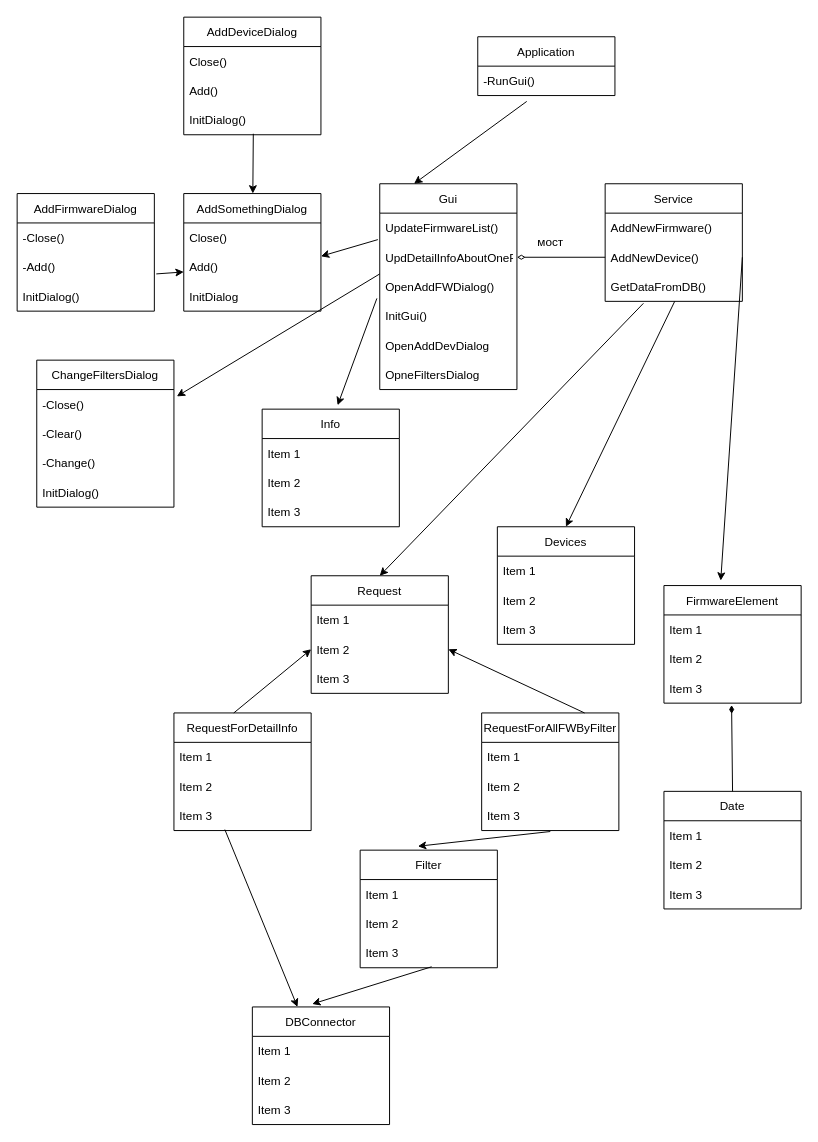
Earlier version of the draw.io diagram kursDiag.drawio (sophiiako/unik). Source tidied: cells renumbered, new cells numbered last; positions are measured from the earlier drawing's top-left corner, leaving out a move shared by most shapes. Both pictures are drawn from the tidied source at 98%, with x=0, y=0 at pixel (17, 17).
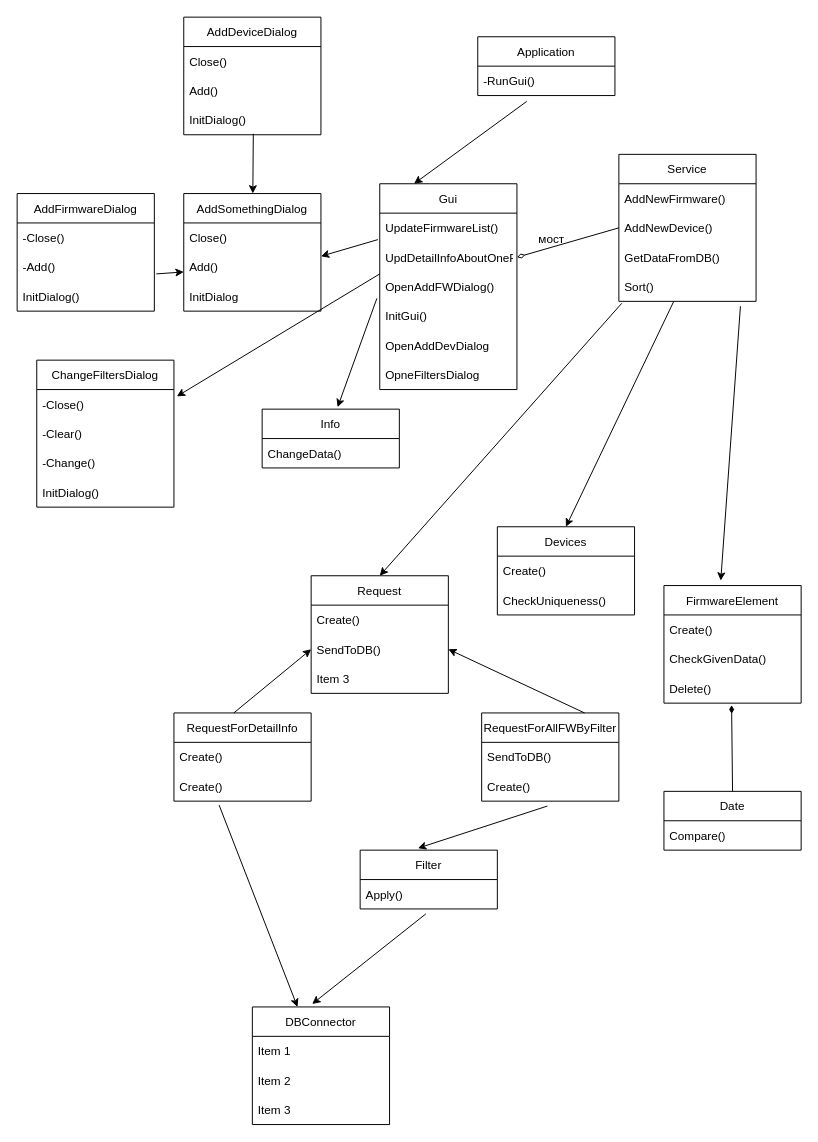
The same page after the edit.

Unchanged cells that the change refers to:
```xml
<mxCell id="6" value="AddNewDevice()" style="text;strokeColor=none;fillColor=none;align=left;verticalAlign=middle;spacingLeft=4;spacingRight=4;overflow=hidden;points=[[0,0.5],[1,0.5]];portConstraint=eastwest;" parent="4" vertex="1">
  <mxGeometry y="60" width="140" height="30" as="geometry" />
</mxCell>
<mxCell id="7" value="GetDataFromDB()" style="text;strokeColor=none;fillColor=none;align=left;verticalAlign=middle;spacingLeft=4;spacingRight=4;overflow=hidden;points=[[0,0.5],[1,0.5]];portConstraint=eastwest;" parent="4" vertex="1">
  <mxGeometry y="90" width="140" height="30" as="geometry" />
</mxCell>
<mxCell id="19" value="DBConnector" style="swimlane;fontStyle=0;horizontal=1;startSize=30;" parent="1" vertex="1">
  <mxGeometry x="240" y="1010" width="140" height="120" as="geometry" />
</mxCell>
<mxCell id="31" value="FirmwareElement" style="swimlane;fontStyle=0;horizontal=1;startSize=30;" parent="1" vertex="1">
  <mxGeometry x="660" y="580" width="140" height="120" as="geometry" />
</mxCell>
<mxCell id="39" value="Request" style="swimlane;fontStyle=0;horizontal=1;startSize=30;" parent="1" vertex="1">
  <mxGeometry x="300" y="570" width="140" height="120" as="geometry" />
</mxCell>
```

Diff of the diagram source:
```diff
@@
     <mxCell id="4" value="Service" style="swimlane;fontStyle=0;horizontal=1;startSize=30;" parent="1" vertex="1">
-      <mxGeometry x="600" y="170" width="140" height="120" as="geometry" />
+      <mxGeometry x="614" y="140" width="140" height="150" as="geometry" />
     </mxCell>
@@
+    <mxCell id="85" value="Sort()" style="text;strokeColor=none;fillColor=none;align=left;verticalAlign=middle;spacingLeft=4;spacingRight=4;overflow=hidden;points=[[0,0.5],[1,0.5]];portConstraint=eastwest;" parent="4" vertex="1">
+      <mxGeometry y="120" width="140" height="30" as="geometry" />
+    </mxCell>
@@
     <mxCell id="15" value="Date" style="swimlane;fontStyle=0;horizontal=1;startSize=30;" parent="1" vertex="1">
-      <mxGeometry x="660" y="790" width="140" height="120" as="geometry" />
+      <mxGeometry x="660" y="790" width="140" height="60" as="geometry" />
     </mxCell>
-    <mxCell id="16" value="Item 1" style="text;strokeColor=none;fillColor=none;align=left;verticalAlign=middle;spacingLeft=4;spacingRight=4;overflow=hidden;" parent="15" vertex="1">
+    <mxCell id="16" value="Compare()" style="text;strokeColor=none;fillColor=none;align=left;verticalAlign=middle;spacingLeft=4;spacingRight=4;overflow=hidden;" parent="15" vertex="1">
       <mxGeometry y="30" width="140" height="30" as="geometry" />
     </mxCell>
-    <mxCell id="17" value="Item 2" style="text;strokeColor=none;fillColor=none;align=left;verticalAlign=middle;spacingLeft=4;spacingRight=4;overflow=hidden;" parent="15" vertex="1">
-      <mxGeometry y="60" width="140" height="30" as="geometry" />
-    </mxCell>
-    <mxCell id="18" value="Item 3" style="text;strokeColor=none;fillColor=none;align=left;verticalAlign=middle;spacingLeft=4;spacingRight=4;overflow=hidden;" parent="15" vertex="1">
-      <mxGeometry y="90" width="140" height="30" as="geometry" />
-    </mxCell>
@@
     <mxCell id="23" value="Devices" style="swimlane;fontStyle=0;horizontal=1;startSize=30;" parent="1" vertex="1">
-      <mxGeometry x="490" y="520" width="140" height="120" as="geometry" />
+      <mxGeometry x="490" y="520" width="140" height="90" as="geometry" />
     </mxCell>
-    <mxCell id="24" value="Item 1" style="text;strokeColor=none;fillColor=none;align=left;verticalAlign=middle;spacingLeft=4;spacingRight=4;overflow=hidden;" parent="23" vertex="1">
+    <mxCell id="24" value="Create()" style="text;strokeColor=none;fillColor=none;align=left;verticalAlign=middle;spacingLeft=4;spacingRight=4;overflow=hidden;" parent="23" vertex="1">
       <mxGeometry y="30" width="140" height="30" as="geometry" />
     </mxCell>
-    <mxCell id="25" value="Item 2" style="text;strokeColor=none;fillColor=none;align=left;verticalAlign=middle;spacingLeft=4;spacingRight=4;overflow=hidden;" parent="23" vertex="1">
+    <mxCell id="25" value="CheckUniqueness()" style="text;strokeColor=none;fillColor=none;align=left;verticalAlign=middle;spacingLeft=4;spacingRight=4;overflow=hidden;" parent="23" vertex="1">
       <mxGeometry y="60" width="140" height="30" as="geometry" />
     </mxCell>
-    <mxCell id="26" value="Item 3" style="text;strokeColor=none;fillColor=none;align=left;verticalAlign=middle;spacingLeft=4;spacingRight=4;overflow=hidden;" parent="23" vertex="1">
-      <mxGeometry y="90" width="140" height="30" as="geometry" />
-    </mxCell>
     <mxCell id="27" value="Filter" style="swimlane;fontStyle=0;horizontal=1;startSize=30;" parent="1" vertex="1">
-      <mxGeometry x="350" y="850" width="140" height="120" as="geometry" />
+      <mxGeometry x="350" y="850" width="140" height="60" as="geometry" />
     </mxCell>
-    <mxCell id="28" value="Item 1" style="text;strokeColor=none;fillColor=none;align=left;verticalAlign=middle;spacingLeft=4;spacingRight=4;overflow=hidden;points=[[0,0.5],[1,0.5]];portConstraint=eastwest;" parent="27" vertex="1">
+    <mxCell id="28" value="Apply()" style="text;strokeColor=none;fillColor=none;align=left;verticalAlign=middle;spacingLeft=4;spacingRight=4;overflow=hidden;points=[[0,0.5],[1,0.5]];portConstraint=eastwest;" parent="27" vertex="1">
       <mxGeometry y="30" width="140" height="30" as="geometry" />
     </mxCell>
-    <mxCell id="29" value="Item 2" style="text;strokeColor=none;fillColor=none;align=left;verticalAlign=middle;spacingLeft=4;spacingRight=4;overflow=hidden;" parent="27" vertex="1">
-      <mxGeometry y="60" width="140" height="30" as="geometry" />
-    </mxCell>
-    <mxCell id="30" value="Item 3" style="text;strokeColor=none;fillColor=none;align=left;verticalAlign=middle;spacingLeft=4;spacingRight=4;overflow=hidden;points=[[0,0.5],[1,0.5]];portConstraint=eastwest;" parent="27" vertex="1">
-      <mxGeometry y="90" width="140" height="30" as="geometry" />
-    </mxCell>
@@
-    <mxCell id="32" value="Item 1" style="text;strokeColor=none;fillColor=none;align=left;verticalAlign=middle;spacingLeft=4;spacingRight=4;overflow=hidden;" parent="31" vertex="1">
+    <mxCell id="32" value="Create()" style="text;strokeColor=none;fillColor=none;align=left;verticalAlign=middle;spacingLeft=4;spacingRight=4;overflow=hidden;" parent="31" vertex="1">
       <mxGeometry y="30" width="140" height="30" as="geometry" />
     </mxCell>
-    <mxCell id="33" value="Item 2" style="text;strokeColor=none;fillColor=none;align=left;verticalAlign=middle;spacingLeft=4;spacingRight=4;overflow=hidden;" parent="31" vertex="1">
+    <mxCell id="33" value="CheckGivenData()" style="text;strokeColor=none;fillColor=none;align=left;verticalAlign=middle;spacingLeft=4;spacingRight=4;overflow=hidden;" parent="31" vertex="1">
       <mxGeometry y="60" width="140" height="30" as="geometry" />
     </mxCell>
-    <mxCell id="34" value="Item 3" style="text;strokeColor=none;fillColor=none;align=left;verticalAlign=middle;spacingLeft=4;spacingRight=4;overflow=hidden;points=[[0,0.5],[1,0.5]];portConstraint=eastwest;" parent="31" vertex="1">
+    <mxCell id="34" value="Delete()" style="text;strokeColor=none;fillColor=none;align=left;verticalAlign=middle;spacingLeft=4;spacingRight=4;overflow=hidden;points=[[0,0.5],[1,0.5]];portConstraint=eastwest;" parent="31" vertex="1">
       <mxGeometry y="90" width="140" height="30" as="geometry" />
     </mxCell>
     <mxCell id="35" value="Info" style="swimlane;fontStyle=0;horizontal=1;startSize=30;" parent="1" vertex="1">
-      <mxGeometry x="250" y="400" width="140" height="120" as="geometry" />
+      <mxGeometry x="250" y="400" width="140" height="60" as="geometry" />
     </mxCell>
-    <mxCell id="36" value="Item 1" style="text;strokeColor=none;fillColor=none;align=left;verticalAlign=middle;spacingLeft=4;spacingRight=4;overflow=hidden;" parent="35" vertex="1">
+    <mxCell id="36" value="ChangeData()" style="text;strokeColor=none;fillColor=none;align=left;verticalAlign=middle;spacingLeft=4;spacingRight=4;overflow=hidden;" parent="35" vertex="1">
       <mxGeometry y="30" width="140" height="30" as="geometry" />
     </mxCell>
-    <mxCell id="37" value="Item 2" style="text;strokeColor=none;fillColor=none;align=left;verticalAlign=middle;spacingLeft=4;spacingRight=4;overflow=hidden;" parent="35" vertex="1">
-      <mxGeometry y="60" width="140" height="30" as="geometry" />
-    </mxCell>
-    <mxCell id="38" value="Item 3" style="text;strokeColor=none;fillColor=none;align=left;verticalAlign=middle;spacingLeft=4;spacingRight=4;overflow=hidden;" parent="35" vertex="1">
-      <mxGeometry y="90" width="140" height="30" as="geometry" />
-    </mxCell>
@@
-    <mxCell id="40" value="Item 1" style="text;strokeColor=none;fillColor=none;align=left;verticalAlign=middle;spacingLeft=4;spacingRight=4;overflow=hidden;" parent="39" vertex="1">
+    <mxCell id="40" value="Create()" style="text;strokeColor=none;fillColor=none;align=left;verticalAlign=middle;spacingLeft=4;spacingRight=4;overflow=hidden;" parent="39" vertex="1">
       <mxGeometry y="30" width="140" height="30" as="geometry" />
     </mxCell>
-    <mxCell id="41" value="Item 2" style="text;strokeColor=none;fillColor=none;align=left;verticalAlign=middle;spacingLeft=4;spacingRight=4;overflow=hidden;points=[[0,0.5],[1,0.5]];portConstraint=eastwest;" parent="39" vertex="1">
+    <mxCell id="41" value="SendToDB()" style="text;strokeColor=none;fillColor=none;align=left;verticalAlign=middle;spacingLeft=4;spacingRight=4;overflow=hidden;points=[[0,0.5],[1,0.5]];portConstraint=eastwest;" parent="39" vertex="1">
       <mxGeometry y="60" width="140" height="30" as="geometry" />
     </mxCell>
@@
     <mxCell id="44" value="мост" style="text;html=1;align=center;verticalAlign=middle;strokeColor=none;fillColor=none;" parent="1" vertex="1">
-      <mxGeometry x="524" y="220" width="40" height="20" as="geometry" />
+      <mxGeometry x="525" y="217" width="40" height="20" as="geometry" />
     </mxCell>
-    <mxCell id="45" style="endArrow=classic;html=1;rounded=0;exitX=1;exitY=0.5;exitDx=0;exitDy=0;entryX=0.414;entryY=-0.042;entryDx=0;entryDy=0;entryPerimeter=0;" parent="1" edge="1" source="6" target="31">
+    <mxCell id="45" style="endArrow=classic;html=1;rounded=0;exitX=0.886;exitY=1.167;exitDx=0;exitDy=0;entryX=0.414;entryY=-0.042;entryDx=0;entryDy=0;entryPerimeter=0;exitPerimeter=0;" parent="1" edge="1" source="85" target="31">
       <mxGeometry relative="1" as="geometry" />
     </mxCell>
-    <mxCell id="46" style="endArrow=classic;html=1;rounded=0;exitX=0.507;exitY=1;exitDx=0;exitDy=0;exitPerimeter=0;entryX=0.5;entryY=0;entryDx=0;entryDy=0;" parent="1" edge="1" source="7" target="23">
-      <mxGeometry relative="1" as="geometry" />
+    <mxCell id="46" style="endArrow=classic;html=1;rounded=0;entryX=0.5;entryY=0;entryDx=0;entryDy=0;" parent="1" edge="1" target="23">
+      <mxGeometry relative="1" as="geometry">
+        <mxPoint x="670" y="290" as="sourcePoint" />
+      </mxGeometry>
     </mxCell>
@@
-    <mxCell id="48" style="endArrow=classic;html=1;rounded=0;exitX=0.279;exitY=1.067;exitDx=0;exitDy=0;exitPerimeter=0;entryX=0.5;entryY=0;entryDx=0;entryDy=0;" parent="1" edge="1" source="7" target="39">
+    <mxCell id="48" style="endArrow=classic;html=1;rounded=0;exitX=0.021;exitY=1.067;exitDx=0;exitDy=0;exitPerimeter=0;entryX=0.5;entryY=0;entryDx=0;entryDy=0;" parent="1" edge="1" source="85" target="39">
       <mxGeometry relative="1" as="geometry" />
     </mxCell>
@@
     <mxCell id="51" value="RequestForDetailInfo" style="swimlane;fontStyle=0;horizontal=1;startSize=30;" parent="1" vertex="1">
-      <mxGeometry x="160" y="710" width="140" height="120" as="geometry" />
+      <mxGeometry x="160" y="710" width="140" height="90" as="geometry" />
     </mxCell>
-    <mxCell id="52" value="Item 1" style="text;strokeColor=none;fillColor=none;align=left;verticalAlign=middle;spacingLeft=4;spacingRight=4;overflow=hidden;" parent="51" vertex="1">
+    <mxCell id="52" value="Create()" style="text;strokeColor=none;fillColor=none;align=left;verticalAlign=middle;spacingLeft=4;spacingRight=4;overflow=hidden;" parent="51" vertex="1">
       <mxGeometry y="30" width="140" height="30" as="geometry" />
     </mxCell>
-    <mxCell id="53" value="Item 2" style="text;strokeColor=none;fillColor=none;align=left;verticalAlign=middle;spacingLeft=4;spacingRight=4;overflow=hidden;points=[[0,0.5],[1,0.5]];portConstraint=eastwest;" parent="51" vertex="1">
+    <mxCell id="53" value="Create()" style="text;strokeColor=none;fillColor=none;align=left;verticalAlign=middle;spacingLeft=4;spacingRight=4;overflow=hidden;points=[[0,0.5],[1,0.5]];portConstraint=eastwest;" parent="51" vertex="1">
       <mxGeometry y="60" width="140" height="30" as="geometry" />
     </mxCell>
-    <mxCell id="54" value="Item 3" style="text;strokeColor=none;fillColor=none;align=left;verticalAlign=middle;spacingLeft=4;spacingRight=4;overflow=hidden;points=[[0,0.5],[1,0.5]];portConstraint=eastwest;" parent="51" vertex="1">
-      <mxGeometry y="90" width="140" height="30" as="geometry" />
-    </mxCell>
     <mxCell id="55" value="RequestForAllFWByFilter" style="swimlane;fontStyle=0;horizontal=1;startSize=30;" parent="1" vertex="1">
-      <mxGeometry x="474" y="710" width="140" height="120" as="geometry" />
+      <mxGeometry x="474" y="710" width="140" height="90" as="geometry" />
     </mxCell>
-    <mxCell id="56" value="Item 1" style="text;strokeColor=none;fillColor=none;align=left;verticalAlign=middle;spacingLeft=4;spacingRight=4;overflow=hidden;" parent="55" vertex="1">
+    <mxCell id="56" value="SendToDB()" style="text;strokeColor=none;fillColor=none;align=left;verticalAlign=middle;spacingLeft=4;spacingRight=4;overflow=hidden;" parent="55" vertex="1">
       <mxGeometry y="30" width="140" height="30" as="geometry" />
     </mxCell>
-    <mxCell id="57" value="Item 2" style="text;strokeColor=none;fillColor=none;align=left;verticalAlign=middle;spacingLeft=4;spacingRight=4;overflow=hidden;points=[[0,0.5],[1,0.5]];portConstraint=eastwest;" parent="55" vertex="1">
+    <mxCell id="57" value="Create()" style="text;strokeColor=none;fillColor=none;align=left;verticalAlign=middle;spacingLeft=4;spacingRight=4;overflow=hidden;points=[[0,0.5],[1,0.5]];portConstraint=eastwest;" parent="55" vertex="1">
       <mxGeometry y="60" width="140" height="30" as="geometry" />
     </mxCell>
-    <mxCell id="58" value="Item 3" style="text;strokeColor=none;fillColor=none;align=left;verticalAlign=middle;spacingLeft=4;spacingRight=4;overflow=hidden;points=[[0,0.5],[1,0.5]];portConstraint=eastwest;" parent="55" vertex="1">
-      <mxGeometry y="90" width="140" height="30" as="geometry" />
-    </mxCell>
@@
-    <mxCell id="61" style="endArrow=classic;html=1;rounded=0;exitX=0.5;exitY=1.033;exitDx=0;exitDy=0;exitPerimeter=0;entryX=0.421;entryY=-0.033;entryDx=0;entryDy=0;entryPerimeter=0;" parent="1" edge="1" source="58" target="27">
+    <mxCell id="61" style="endArrow=classic;html=1;rounded=0;exitX=0.479;exitY=1.167;exitDx=0;exitDy=0;exitPerimeter=0;entryX=0.421;entryY=-0.033;entryDx=0;entryDy=0;entryPerimeter=0;" parent="1" edge="1" source="57" target="27">
       <mxGeometry relative="1" as="geometry" />
     </mxCell>
-    <mxCell id="62" style="endArrow=classic;html=1;rounded=0;exitX=0.521;exitY=0.967;exitDx=0;exitDy=0;exitPerimeter=0;entryX=0.436;entryY=-0.025;entryDx=0;entryDy=0;entryPerimeter=0;" parent="1" edge="1" source="30" target="19">
+    <mxCell id="62" style="endArrow=classic;html=1;rounded=0;exitX=0.479;exitY=1.167;exitDx=0;exitDy=0;exitPerimeter=0;entryX=0.436;entryY=-0.025;entryDx=0;entryDy=0;entryPerimeter=0;" parent="1" edge="1" source="28" target="19">
       <mxGeometry relative="1" as="geometry" />
     </mxCell>
@@
-    <mxCell id="78" style="endArrow=classic;html=1;rounded=0;exitX=0.371;exitY=0.967;exitDx=0;exitDy=0;exitPerimeter=0;entryX=0.329;entryY=0;entryDx=0;entryDy=0;entryPerimeter=0;" parent="1" edge="1" source="54" target="19">
+    <mxCell id="78" style="endArrow=classic;html=1;rounded=0;exitX=0.329;exitY=1.133;exitDx=0;exitDy=0;exitPerimeter=0;entryX=0.329;entryY=0;entryDx=0;entryDy=0;entryPerimeter=0;" parent="1" edge="1" source="53" target="19">
       <mxGeometry relative="1" as="geometry" />
     </mxCell>
```
